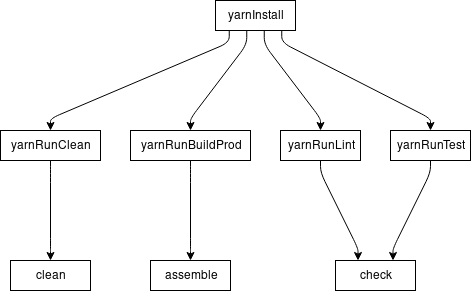
The draw.io diagram documentation/task-graph.png in eganjs/gradle-plugin-yarn, before a commit. Source tidied: cells renumbered, new cells last; positions are measured from the earlier drawing's top-left corner, leaving out a move shared by most shapes.
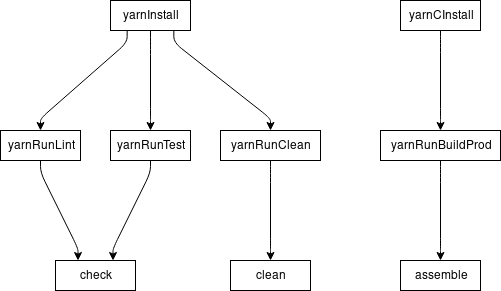
The same diagram one commit later.

What changed in the source:
```diff
@@ -3,92 +3,95 @@
     <mxCell id="0" />
     <mxCell id="1" parent="0" />
     <mxCell id="2" value="yarnInstall" style="whiteSpace=wrap;html=1;" parent="1" vertex="1">
-      <mxGeometry x="215" width="80" height="30" as="geometry" />
+      <mxGeometry x="110" width="80" height="30" as="geometry" />
     </mxCell>
     <mxCell id="3" value="yarnRunClean" style="whiteSpace=wrap;html=1;" parent="1" vertex="1">
-      <mxGeometry y="130" width="100" height="30" as="geometry" />
+      <mxGeometry x="220" y="130" width="100" height="30" as="geometry" />
     </mxCell>
     <mxCell id="4" style="noEdgeStyle=1;orthogonal=1;" parent="1" edge="1" source="2" target="3">
       <mxGeometry x="20" y="20" as="geometry">
         <Array as="points">
-          <mxPoint x="228.8" y="42" />
-          <mxPoint x="50" y="118" />
+          <mxPoint x="173.3" y="42" />
+          <mxPoint x="270" y="118" />
         </Array>
       </mxGeometry>
     </mxCell>
     <mxCell id="5" value="yarnRunBuildProd" style="whiteSpace=wrap;html=1;" parent="1" vertex="1">
-      <mxGeometry x="130" y="130" width="120" height="30" as="geometry" />
+      <mxGeometry x="380" y="130" width="120" height="30" as="geometry" />
     </mxCell>
-    <mxCell id="6" style="noEdgeStyle=1;orthogonal=1;" parent="1" edge="1" source="2" target="5">
+    <mxCell id="6" style="noEdgeStyle=1;orthogonal=1;exitX=0.5;exitY=1;exitDx=0;exitDy=0;" parent="1" edge="1" source="18" target="5">
       <mxGeometry x="20" y="20" as="geometry">
         <Array as="points">
-          <mxPoint x="246.2" y="44" />
-          <mxPoint x="190" y="118" />
+          <mxPoint x="440" y="42" />
+          <mxPoint x="440" y="118" />
         </Array>
       </mxGeometry>
     </mxCell>
     <mxCell id="7" value="yarnRunLint" style="whiteSpace=wrap;html=1;" parent="1" vertex="1">
-      <mxGeometry x="280" y="130" width="80" height="30" as="geometry" />
+      <mxGeometry y="130" width="80" height="30" as="geometry" />
     </mxCell>
     <mxCell id="8" style="noEdgeStyle=1;orthogonal=1;" parent="1" edge="1" source="2" target="7">
       <mxGeometry x="20" y="20" as="geometry">
         <Array as="points">
-          <mxPoint x="263.8" y="44" />
-          <mxPoint x="320" y="118" />
+          <mxPoint x="126.7" y="42" />
+          <mxPoint x="40" y="118" />
         </Array>
       </mxGeometry>
     </mxCell>
     <mxCell id="9" value="yarnRunTest" style="whiteSpace=wrap;html=1;" parent="1" vertex="1">
-      <mxGeometry x="390" y="130" width="80" height="30" as="geometry" />
+      <mxGeometry x="110" y="130" width="80" height="30" as="geometry" />
     </mxCell>
     <mxCell id="10" style="noEdgeStyle=1;orthogonal=1;" parent="1" edge="1" source="2" target="9">
       <mxGeometry x="20" y="20" as="geometry">
         <Array as="points">
-          <mxPoint x="281.2" y="42" />
-          <mxPoint x="430" y="118" />
+          <mxPoint x="150" y="44" />
+          <mxPoint x="150" y="118" />
         </Array>
       </mxGeometry>
     </mxCell>
     <mxCell id="11" value="clean" style="whiteSpace=wrap;html=1;" parent="1" vertex="1">
-      <mxGeometry x="10" y="260" width="80" height="30" as="geometry" />
+      <mxGeometry x="230" y="260" width="80" height="30" as="geometry" />
     </mxCell>
     <mxCell id="12" style="noEdgeStyle=1;orthogonal=1;" parent="1" edge="1" source="3" target="11">
       <mxGeometry x="20" y="20" as="geometry">
         <Array as="points">
-          <mxPoint x="50" y="172" />
-          <mxPoint x="50" y="248" />
+          <mxPoint x="270" y="172" />
+          <mxPoint x="270" y="248" />
         </Array>
       </mxGeometry>
     </mxCell>
     <mxCell id="13" value="assemble" style="whiteSpace=wrap;html=1;" parent="1" vertex="1">
-      <mxGeometry x="150" y="260" width="80" height="30" as="geometry" />
+      <mxGeometry x="400" y="260" width="80" height="30" as="geometry" />
     </mxCell>
     <mxCell id="14" style="noEdgeStyle=1;orthogonal=1;" parent="1" edge="1" source="5" target="13">
       <mxGeometry x="20" y="20" as="geometry">
         <Array as="points">
-          <mxPoint x="190" y="172" />
-          <mxPoint x="190" y="248" />
+          <mxPoint x="440" y="172" />
+          <mxPoint x="440" y="248" />
         </Array>
       </mxGeometry>
     </mxCell>
     <mxCell id="15" value="check" style="whiteSpace=wrap;html=1;perimeter=rectanglePerimeter;" parent="1" vertex="1">
-      <mxGeometry x="335" y="260" width="80" height="30" as="geometry" />
+      <mxGeometry x="55" y="260" width="80" height="30" as="geometry" />
     </mxCell>
     <mxCell id="16" style="noEdgeStyle=1;orthogonal=1;" parent="1" edge="1" source="7" target="15">
       <mxGeometry x="20" y="20" as="geometry">
         <Array as="points">
-          <mxPoint x="320" y="172" />
-          <mxPoint x="357.5" y="248" />
+          <mxPoint x="40" y="172" />
+          <mxPoint x="77.5" y="248" />
         </Array>
       </mxGeometry>
     </mxCell>
     <mxCell id="17" style="noEdgeStyle=1;orthogonal=1;" parent="1" edge="1" source="9" target="15">
       <mxGeometry x="20" y="20" as="geometry">
         <Array as="points">
-          <mxPoint x="430" y="172" />
-          <mxPoint x="392.5" y="248" />
+          <mxPoint x="150" y="172" />
+          <mxPoint x="112.5" y="248" />
         </Array>
       </mxGeometry>
     </mxCell>
+    <mxCell id="18" value="&lt;div&gt;yarnCInstall&lt;/div&gt;" style="whiteSpace=wrap;html=1;" parent="1" vertex="1">
+      <mxGeometry x="400" width="80" height="30" as="geometry" />
+    </mxCell>
   </root>
 </mxGraphModel>
```
